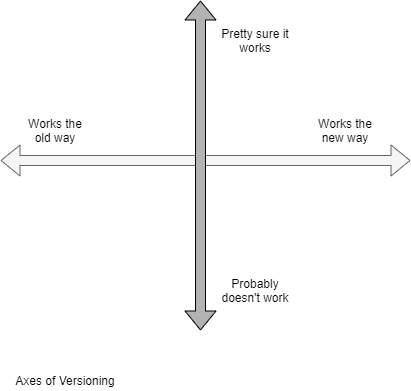
The draw.io diagram diagrams/versioning.png in dboreham/global-bugs, before a commit. Source tidied: cells renumbered, new cells last; positions are measured from the earlier drawing's top-left corner, leaving out a move shared by most shapes.
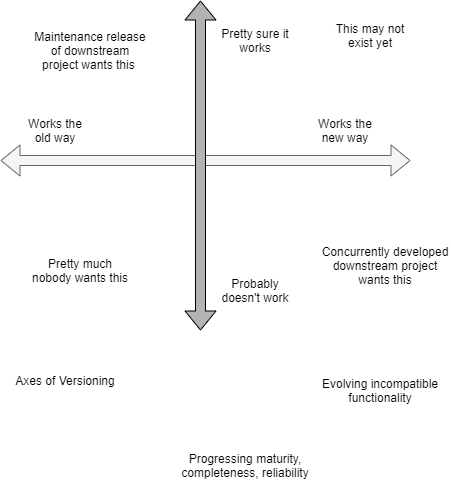
Later version of the same file.

The edit, as a diff of the source:
```diff
@@ -29,5 +29,23 @@
     <mxCell id="8" value="Axes of Versioning" style="text;html=1;strokeColor=none;fillColor=none;align=center;verticalAlign=middle;whiteSpace=wrap;rounded=0;" parent="1" vertex="1">
       <mxGeometry y="370" width="130" height="20" as="geometry" />
     </mxCell>
+    <mxCell id="9" value="Concurrently developed downstream project wants this" style="text;html=1;strokeColor=none;fillColor=none;align=center;verticalAlign=middle;whiteSpace=wrap;rounded=0;" parent="1" vertex="1">
+      <mxGeometry x="320" y="240" width="130" height="50" as="geometry" />
+    </mxCell>
+    <mxCell id="10" value="Maintenance release of downstream project wants this&amp;nbsp;" style="text;html=1;strokeColor=none;fillColor=none;align=center;verticalAlign=middle;whiteSpace=wrap;rounded=0;" parent="1" vertex="1">
+      <mxGeometry x="30" y="20" width="120" height="60" as="geometry" />
+    </mxCell>
+    <mxCell id="11" value="This may not exist yet" style="text;html=1;strokeColor=none;fillColor=none;align=center;verticalAlign=middle;whiteSpace=wrap;rounded=0;" parent="1" vertex="1">
+      <mxGeometry x="330" y="10" width="80" height="50" as="geometry" />
+    </mxCell>
+    <mxCell id="12" value="Pretty much nobody wants this" style="text;html=1;strokeColor=none;fillColor=none;align=center;verticalAlign=middle;whiteSpace=wrap;rounded=0;" parent="1" vertex="1">
+      <mxGeometry x="30" y="250" width="100" height="40" as="geometry" />
+    </mxCell>
+    <mxCell id="13" value="Evolving incompatible functionality" style="text;html=1;strokeColor=none;fillColor=none;align=center;verticalAlign=middle;whiteSpace=wrap;rounded=0;" parent="1" vertex="1">
+      <mxGeometry x="320" y="370" width="120" height="40" as="geometry" />
+    </mxCell>
+    <mxCell id="14" value="Progressing maturity, completeness, reliability" style="text;html=1;strokeColor=none;fillColor=none;align=center;verticalAlign=middle;whiteSpace=wrap;rounded=0;" parent="1" vertex="1">
+      <mxGeometry x="180" y="450" width="130" height="30" as="geometry" />
+    </mxCell>
   </root>
 </mxGraphModel>
```
